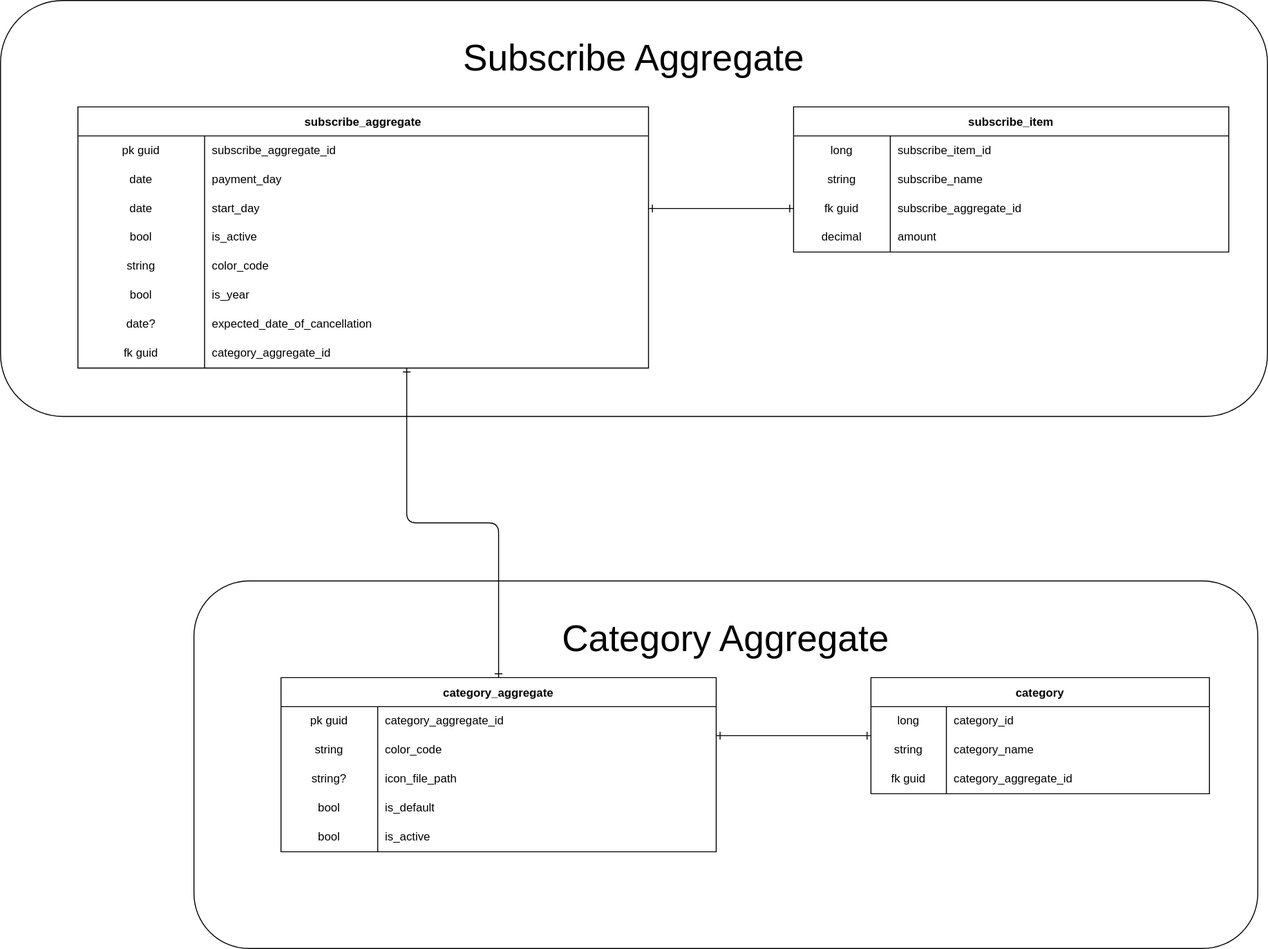
Before: doc/ER.drawio.svg, a diagram exported from draw.io (Nahaq789/cs-subscribe-api). Source tidied: cells renumbered, new cells last; positions are measured from the earlier drawing's top-left corner, leaving out a move shared by most shapes.
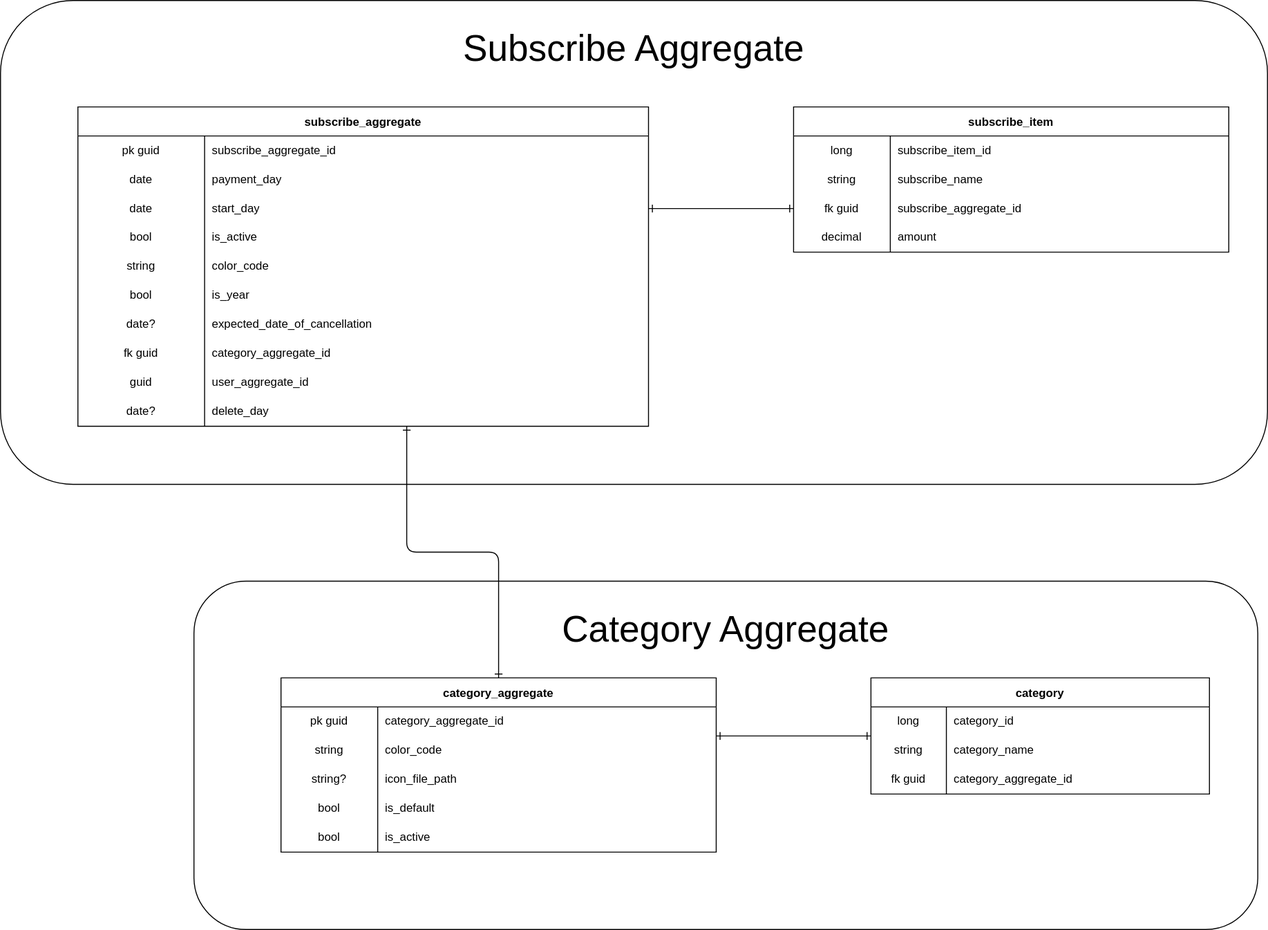
Later version of the same file.

The edit, as a diff of the source:
```diff
@@ -3,13 +3,13 @@
     <mxCell id="0" />
     <mxCell id="1" parent="0" />
     <mxCell id="2" style="rounded=1;whiteSpace=wrap;html=1;fillColor=none;" parent="1" vertex="1">
-      <mxGeometry width="1310" height="430" as="geometry" />
+      <mxGeometry width="1310" height="500" as="geometry" />
     </mxCell>
     <mxCell id="3" style="rounded=1;whiteSpace=wrap;html=1;fillColor=none;" parent="1" vertex="1">
-      <mxGeometry x="200" y="600" width="1100" height="380" as="geometry" />
+      <mxGeometry x="200" y="600" width="1100" height="360" as="geometry" />
     </mxCell>
     <mxCell id="4" value="subscribe_aggregate" style="shape=table;startSize=30;rowLines=0;fontStyle=1;" parent="1" vertex="1">
-      <mxGeometry x="80" y="110" width="590" height="270" as="geometry" />
+      <mxGeometry x="80" y="110" width="590" height="330" as="geometry" />
     </mxCell>
     <mxCell id="5" style="shape=tableRow;horizontal=0;startSize=0;swimlaneHead=0;swimlaneBody=0;top=0;left=0;bottom=0;right=0;fillColor=none;" parent="4" vertex="1">
       <mxGeometry y="30" width="590" height="30" as="geometry" />
@@ -83,9 +83,24 @@
     <mxCell id="28" value="category_aggregate_id" style="shape=partialRectangle;html=1;whiteSpace=wrap;fillColor=none;top=0;left=0;bottom=0;right=0;align=left;spacingLeft=6;overflow=hidden;" parent="26" vertex="1">
       <mxGeometry x="131" width="459" height="30" as="geometry" />
     </mxCell>
-    <mxCell id="29" style="edgeStyle=none;html=1;entryX=1;entryY=0.5;entryDx=0;entryDy=0;endArrow=ERone;endFill=0;startArrow=ERone;startFill=0;exitX=0;exitY=0.5;exitDx=0;exitDy=0;" parent="1" edge="1" source="37" target="11">
-      <mxGeometry relative="1" as="geometry" />
-    </mxCell>
+    <mxCell id="73" style="shape=tableRow;horizontal=0;startSize=0;swimlaneHead=0;swimlaneBody=0;top=0;left=0;bottom=0;right=0;fillColor=none;" parent="4" vertex="1">
+      <mxGeometry y="270" width="590" height="30" as="geometry" />
+    </mxCell>
+    <mxCell id="74" value="guid" style="shape=partialRectangle;html=1;whiteSpace=wrap;fillColor=none;top=0;left=0;bottom=0;right=0;overflow=hidden;" parent="73" vertex="1">
+      <mxGeometry width="131" height="30" as="geometry" />
+    </mxCell>
+    <mxCell id="75" value="user_aggregate_id" style="shape=partialRectangle;html=1;whiteSpace=wrap;fillColor=none;top=0;left=0;bottom=0;right=0;align=left;spacingLeft=6;overflow=hidden;" parent="73" vertex="1">
+      <mxGeometry x="131" width="459" height="30" as="geometry" />
+    </mxCell>
+    <mxCell id="76" style="shape=tableRow;horizontal=0;startSize=0;swimlaneHead=0;swimlaneBody=0;top=0;left=0;bottom=0;right=0;fillColor=none;" parent="4" vertex="1">
+      <mxGeometry y="300" width="590" height="30" as="geometry" />
+    </mxCell>
+    <mxCell id="77" value="date?" style="shape=partialRectangle;html=1;whiteSpace=wrap;fillColor=none;top=0;left=0;bottom=0;right=0;overflow=hidden;" parent="76" vertex="1">
+      <mxGeometry width="131" height="30" as="geometry" />
+    </mxCell>
+    <mxCell id="78" value="delete_day" style="shape=partialRectangle;html=1;whiteSpace=wrap;fillColor=none;top=0;left=0;bottom=0;right=0;align=left;spacingLeft=6;overflow=hidden;" parent="76" vertex="1">
+      <mxGeometry x="131" width="459" height="30" as="geometry" />
+    </mxCell>
     <mxCell id="30" value="subscribe_item" style="shape=table;startSize=30;rowLines=0;fontStyle=1;" parent="1" vertex="1">
       <mxGeometry x="820" y="110" width="450" height="150" as="geometry" />
     </mxCell>
@@ -157,11 +172,11 @@
     </mxCell>
     <mxCell id="53" style="edgeStyle=orthogonalEdgeStyle;html=1;exitX=0.5;exitY=0;exitDx=0;exitDy=0;startArrow=ERone;startFill=0;endArrow=ERone;endFill=0;" parent="1" edge="1" source="55">
       <mxGeometry relative="1" as="geometry">
-        <mxPoint x="420" y="380" as="targetPoint" />
+        <mxPoint x="420" y="440" as="targetPoint" />
       </mxGeometry>
     </mxCell>
     <mxCell id="54" value="&lt;font style=&quot;font-size: 38px;&quot;&gt;Subscribe Aggregate&lt;/font&gt;" style="text;html=1;strokeColor=none;fillColor=none;align=center;verticalAlign=middle;whiteSpace=wrap;rounded=0;" parent="1" vertex="1">
-      <mxGeometry x="440" y="20" width="430" height="80" as="geometry" />
+      <mxGeometry x="440" y="10" width="430" height="80" as="geometry" />
     </mxCell>
     <mxCell id="55" value="category_aggregate" style="shape=table;startSize=30;rowLines=0;fontStyle=1;" parent="1" vertex="1">
       <mxGeometry x="290" y="700" width="450" height="180" as="geometry" />
@@ -212,12 +227,17 @@
       <mxGeometry x="100" width="350" height="30" as="geometry" />
     </mxCell>
     <mxCell id="71" value="&lt;font style=&quot;font-size: 38px;&quot;&gt;Category Aggregate&lt;/font&gt;" style="text;html=1;strokeColor=none;fillColor=none;align=center;verticalAlign=middle;whiteSpace=wrap;rounded=0;" parent="1" vertex="1">
-      <mxGeometry x="535" y="620" width="430" height="80" as="geometry" />
+      <mxGeometry x="535" y="610" width="430" height="80" as="geometry" />
     </mxCell>
     <mxCell id="72" style="html=1;fontSize=38;startArrow=ERone;startFill=0;endArrow=ERone;endFill=0;" parent="1" edge="1" source="43">
       <mxGeometry relative="1" as="geometry">
         <mxPoint x="740" y="760" as="targetPoint" />
       </mxGeometry>
     </mxCell>
+    <mxCell id="79" style="edgeStyle=none;html=1;endArrow=ERone;endFill=0;startArrow=ERone;startFill=0;exitX=0;exitY=0.5;exitDx=0;exitDy=0;" parent="1" edge="1" source="37">
+      <mxGeometry relative="1" as="geometry">
+        <mxPoint x="670" y="215" as="targetPoint" />
+      </mxGeometry>
+    </mxCell>
   </root>
 </mxGraphModel>
```
